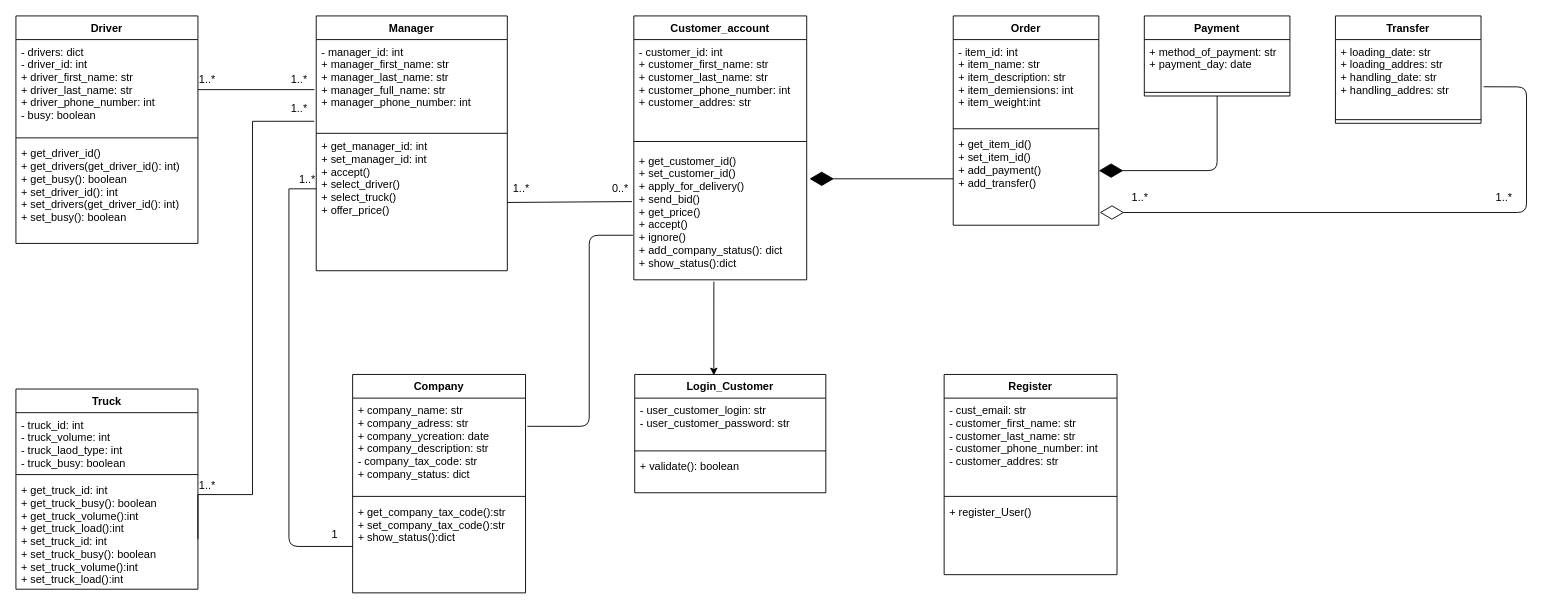
Earlier version of the draw.io diagram page "Page-1" (1 of 2) of d.drawio (Argam431/PYTHON3-2). Source tidied: cells renumbered, new cells numbered last; positions are measured from the earlier drawing's top-left corner, leaving out a move shared by most shapes. Both pictures are drawn from the tidied source at 91%, with x=0, y=0 at pixel (15, 15).
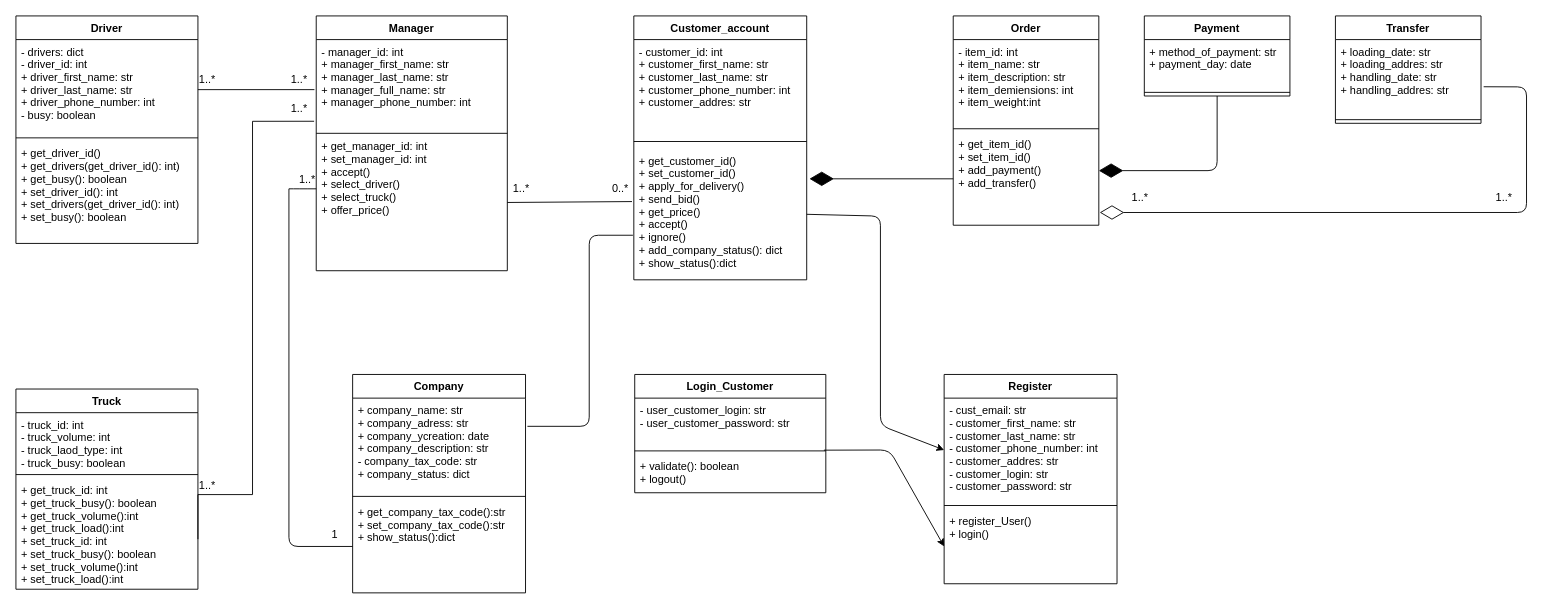
The same diagram, later.

The change refers to these unchanged cells:
```xml
<mxCell id="9" value="+ get_customer_id()&#10;+ set_customer_id()&#10;+ apply_for_delivery()&#10;+ send_bid()&#10;+ get_price()&#10;+ accept()&#10;+ ignore()&#10;+ add_company_status(): dict&#10;+ show_status():dict&#10;&#10;&#10;" style="text;strokeColor=none;fillColor=none;align=left;verticalAlign=top;spacingLeft=4;spacingRight=4;overflow=hidden;points=[[0,0.5],[1,0.5]];portConstraint=eastwest;" parent="6" vertex="1">
  <mxGeometry y="146" width="190" height="144" as="geometry" />
</mxCell>
<mxCell id="51" value="Login_Customer" style="swimlane;fontStyle=1;align=center;verticalAlign=top;horizontal=1;startSize=26;" parent="1" vertex="1">
  <mxGeometry x="680" y="394" width="210" height="130" as="geometry" />
</mxCell>
<mxCell id="52" value="- user_customer_login: str&#10;- user_customer_password: str " style="text;strokeColor=none;fillColor=none;align=left;verticalAlign=top;spacingLeft=4;spacingRight=4;overflow=hidden;points=[[0,0.5],[1,0.5]];portConstraint=eastwest;" parent="51" vertex="1">
  <mxGeometry y="26" width="210" height="54" as="geometry" />
</mxCell>
```

Diff of the diagram source:
```diff
@@
-    <mxCell id="54" value="+ validate(): boolean" style="text;strokeColor=none;fillColor=none;align=left;verticalAlign=top;spacingLeft=4;spacingRight=4;overflow=hidden;" parent="51" vertex="1">
+    <mxCell id="54" value="+ validate(): boolean&#10;+ logout()" style="text;strokeColor=none;fillColor=none;align=left;verticalAlign=top;spacingLeft=4;spacingRight=4;overflow=hidden;" parent="51" vertex="1">
       <mxGeometry y="88" width="210" height="42" as="geometry" />
     </mxCell>
-    <mxCell id="55" style="endArrow=classic;html=1;exitX=0.463;exitY=1.014;exitDx=0;exitDy=0;exitPerimeter=0;entryX=0.414;entryY=0.008;entryDx=0;entryDy=0;entryPerimeter=0;" parent="1" edge="1" source="9" target="51">
-      <mxGeometry relative="1" as="geometry" />
+    <mxCell id="55" style="endArrow=classic;html=1;exitX=0.99;exitY=1.059;exitDx=0;exitDy=0;exitPerimeter=0;entryX=0;entryY=0.5;entryDx=0;entryDy=0;" parent="1" edge="1" source="52" target="59">
+      <mxGeometry relative="1" as="geometry">
+        <Array as="points">
+          <mxPoint x="960" y="477" />
+        </Array>
+      </mxGeometry>
     </mxCell>
     <mxCell id="56" value="Register" style="swimlane;fontStyle=1;align=center;verticalAlign=top;horizontal=1;startSize=26;" parent="1" vertex="1">
-      <mxGeometry x="1020" y="394" width="190" height="220" as="geometry" />
+      <mxGeometry x="1020" y="394" width="190" height="230" as="geometry" />
     </mxCell>
-    <mxCell id="57" value="- cust_email: str&#10;- customer_first_name: str &#10;- customer_last_name: str&#10;- customer_phone_number: int&#10;- customer_addres: str&#10;" style="text;strokeColor=none;fillColor=none;align=left;verticalAlign=top;spacingLeft=4;spacingRight=4;overflow=hidden;points=[[0,0.5],[1,0.5]];portConstraint=eastwest;" parent="56" vertex="1">
-      <mxGeometry y="26" width="190" height="104" as="geometry" />
+    <mxCell id="57" value="- cust_email: str&#10;- customer_first_name: str &#10;- customer_last_name: str&#10;- customer_phone_number: int&#10;- customer_addres: str&#10;- customer_login: str&#10;- customer_password: str&#10;" style="text;strokeColor=none;fillColor=none;align=left;verticalAlign=top;spacingLeft=4;spacingRight=4;overflow=hidden;points=[[0,0.5],[1,0.5]];portConstraint=eastwest;" parent="56" vertex="1">
+      <mxGeometry y="26" width="190" height="114" as="geometry" />
     </mxCell>
     <mxCell id="58" style="line;strokeWidth=1;fillColor=none;align=left;verticalAlign=middle;spacingTop=-1;spacingLeft=3;spacingRight=3;labelPosition=right;" parent="56" vertex="1">
-      <mxGeometry y="130" width="190" height="8" as="geometry" />
+      <mxGeometry y="140" width="190" height="8" as="geometry" />
     </mxCell>
-    <mxCell id="59" value="+ register_User()" style="text;strokeColor=none;fillColor=none;align=left;verticalAlign=top;spacingLeft=4;spacingRight=4;overflow=hidden;points=[[0,0.5],[1,0.5]];portConstraint=eastwest;" parent="56" vertex="1">
-      <mxGeometry y="138" width="190" height="82" as="geometry" />
+    <mxCell id="59" value="+ register_User()&#10;+ login()" style="text;strokeColor=none;fillColor=none;align=left;verticalAlign=top;spacingLeft=4;spacingRight=4;overflow=hidden;points=[[0,0.5],[1,0.5]];portConstraint=eastwest;" parent="56" vertex="1">
+      <mxGeometry y="148" width="190" height="82" as="geometry" />
     </mxCell>
+    <mxCell id="60" style="endArrow=classic;html=1;entryX=0;entryY=0.5;entryDx=0;entryDy=0;exitX=1;exitY=0.5;exitDx=0;exitDy=0;" parent="1" edge="1" source="9" target="57">
+      <mxGeometry relative="1" as="geometry">
+        <Array as="points">
+          <mxPoint x="950" y="220" />
+          <mxPoint x="950" y="450" />
+        </Array>
+      </mxGeometry>
+    </mxCell>
```
